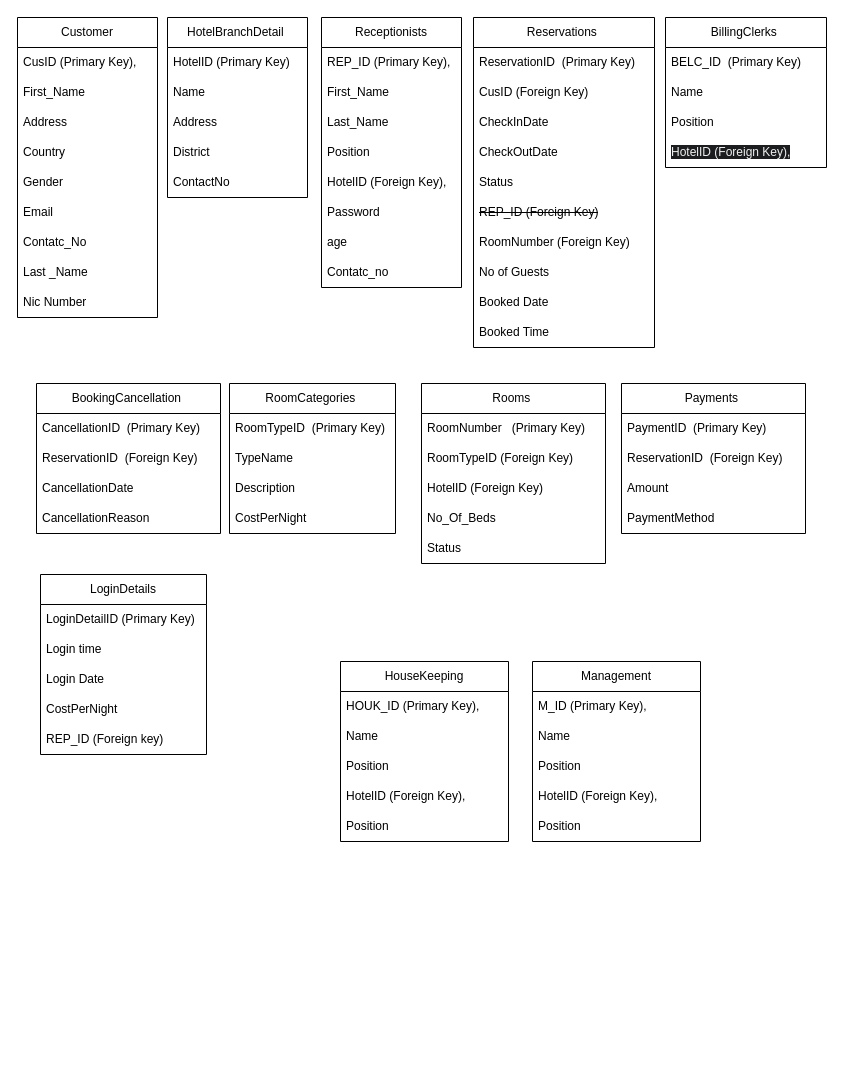
Before: LoversLeap.drawio in OshanAmarathunga/Lovers_Leap----Hotel-Management-System, a draw.io diagram. Source tidied: cells renumbered, new cells numbered last; positions are measured from the earlier drawing's top-left corner, leaving out a move shared by most shapes. Both pictures are drawn from the tidied source at 100%, with x=0, y=0 at pixel (17, 17).
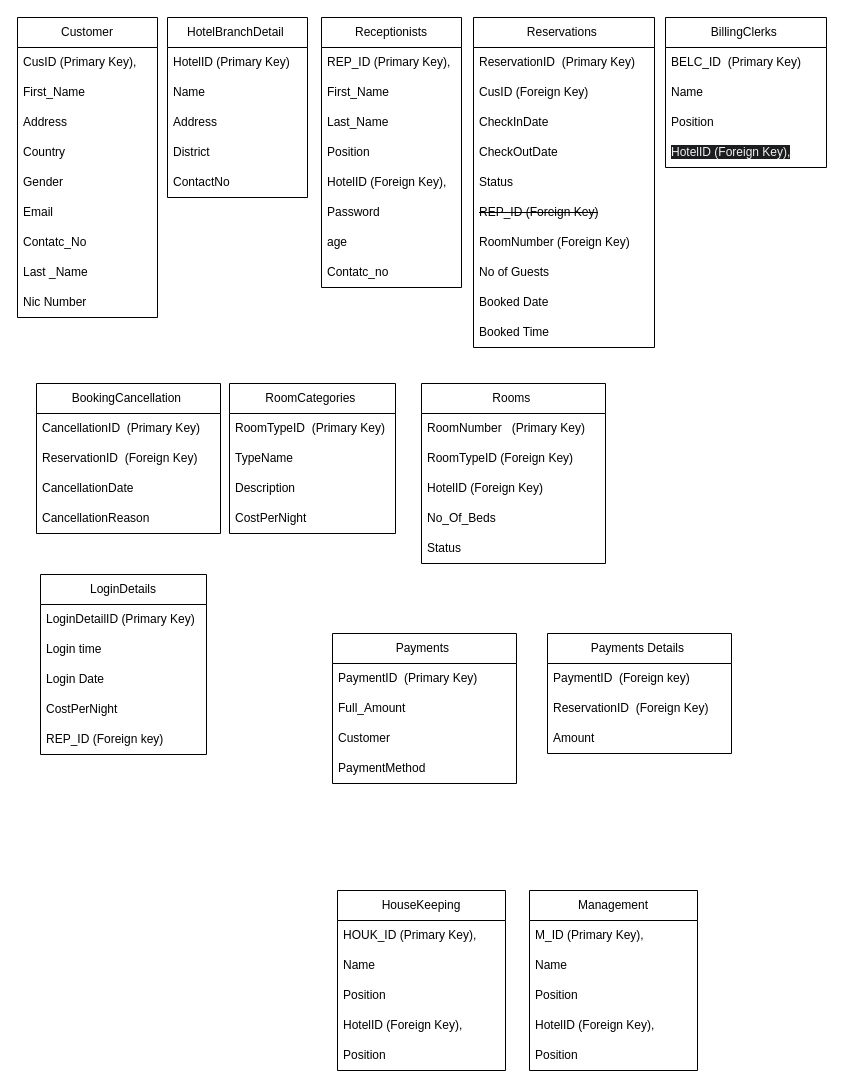
The same page after the edit.

Change to the diagram source:
```diff
@@
     <mxCell id="54" value="Payments&amp;nbsp;" style="swimlane;fontStyle=0;horizontal=1;startSize=30;whiteSpace=wrap;html=1;" parent="1" vertex="1">
-      <mxGeometry x="604" y="366" width="184" height="150" as="geometry" />
+      <mxGeometry x="315" y="616" width="184" height="150" as="geometry" />
     </mxCell>
@@
-    <mxCell id="56" value="ReservationID&amp;nbsp;&amp;nbsp;(Foreign Key)" style="text;strokeColor=none;fillColor=none;align=left;verticalAlign=middle;spacingLeft=4;spacingRight=4;overflow=hidden;whiteSpace=wrap;html=1;" parent="54" vertex="1">
-      <mxGeometry y="60" width="184" height="30" as="geometry" />
-    </mxCell>
-    <mxCell id="57" value="Amount&amp;nbsp;" style="text;strokeColor=none;fillColor=none;align=left;verticalAlign=middle;spacingLeft=4;spacingRight=4;overflow=hidden;whiteSpace=wrap;html=1;" parent="54" vertex="1">
-      <mxGeometry y="90" width="184" height="30" as="geometry" />
+    <mxCell id="57" value="Full_Amount&amp;nbsp;" style="text;strokeColor=none;fillColor=none;align=left;verticalAlign=middle;spacingLeft=4;spacingRight=4;overflow=hidden;whiteSpace=wrap;html=1;" parent="54" vertex="1">
+      <mxGeometry y="60" width="184" height="30" as="geometry" />
     </mxCell>
-    <mxCell id="58" value="PaymentMethod&amp;nbsp;" style="text;strokeColor=none;fillColor=none;align=left;verticalAlign=middle;spacingLeft=4;spacingRight=4;overflow=hidden;whiteSpace=wrap;html=1;" parent="54" vertex="1">
-      <mxGeometry y="120" width="184" height="30" as="geometry" />
+    <mxCell id="58" value="Customer" style="text;strokeColor=none;fillColor=none;align=left;verticalAlign=middle;spacingLeft=4;spacingRight=4;overflow=hidden;whiteSpace=wrap;html=1;" parent="54" vertex="1">
+      <mxGeometry y="90" width="184" height="30" as="geometry" />
     </mxCell>
+    <mxCell id="82" value="PaymentMethod&amp;nbsp;" style="text;strokeColor=none;fillColor=none;align=left;verticalAlign=middle;spacingLeft=4;spacingRight=4;overflow=hidden;whiteSpace=wrap;html=1;" parent="54" vertex="1">
+      <mxGeometry y="120" width="184" height="30" as="geometry" />
+    </mxCell>
@@
     <mxCell id="64" value="HouseKeeping" style="swimlane;fontStyle=0;horizontal=1;startSize=30;whiteSpace=wrap;html=1;" parent="1" vertex="1">
-      <mxGeometry x="323" y="644" width="168" height="180" as="geometry" />
+      <mxGeometry x="320" y="873" width="168" height="180" as="geometry" />
     </mxCell>
@@
     <mxCell id="70" value="Management" style="swimlane;fontStyle=0;horizontal=1;startSize=30;whiteSpace=wrap;html=1;" parent="1" vertex="1">
-      <mxGeometry x="515" y="644" width="168" height="180" as="geometry" />
+      <mxGeometry x="512" y="873" width="168" height="180" as="geometry" />
     </mxCell>
@@
+    <mxCell id="83" value="Payments Details&amp;nbsp;" style="swimlane;fontStyle=0;horizontal=1;startSize=30;whiteSpace=wrap;html=1;" parent="1" vertex="1">
+      <mxGeometry x="530" y="616" width="184" height="120" as="geometry" />
+    </mxCell>
+    <mxCell id="84" value="PaymentID&amp;nbsp;&amp;nbsp;(Foreign key)" style="text;strokeColor=none;fillColor=none;align=left;verticalAlign=middle;spacingLeft=4;spacingRight=4;overflow=hidden;whiteSpace=wrap;html=1;" parent="83" vertex="1">
+      <mxGeometry y="30" width="184" height="30" as="geometry" />
+    </mxCell>
+    <mxCell id="56" value="ReservationID&amp;nbsp;&amp;nbsp;(Foreign Key)" style="text;strokeColor=none;fillColor=none;align=left;verticalAlign=middle;spacingLeft=4;spacingRight=4;overflow=hidden;whiteSpace=wrap;html=1;" parent="83" vertex="1">
+      <mxGeometry y="60" width="184" height="30" as="geometry" />
+    </mxCell>
+    <mxCell id="85" value="Amount&amp;nbsp;" style="text;strokeColor=none;fillColor=none;align=left;verticalAlign=middle;spacingLeft=4;spacingRight=4;overflow=hidden;whiteSpace=wrap;html=1;" parent="83" vertex="1">
+      <mxGeometry y="90" width="184" height="30" as="geometry" />
+    </mxCell>
```
